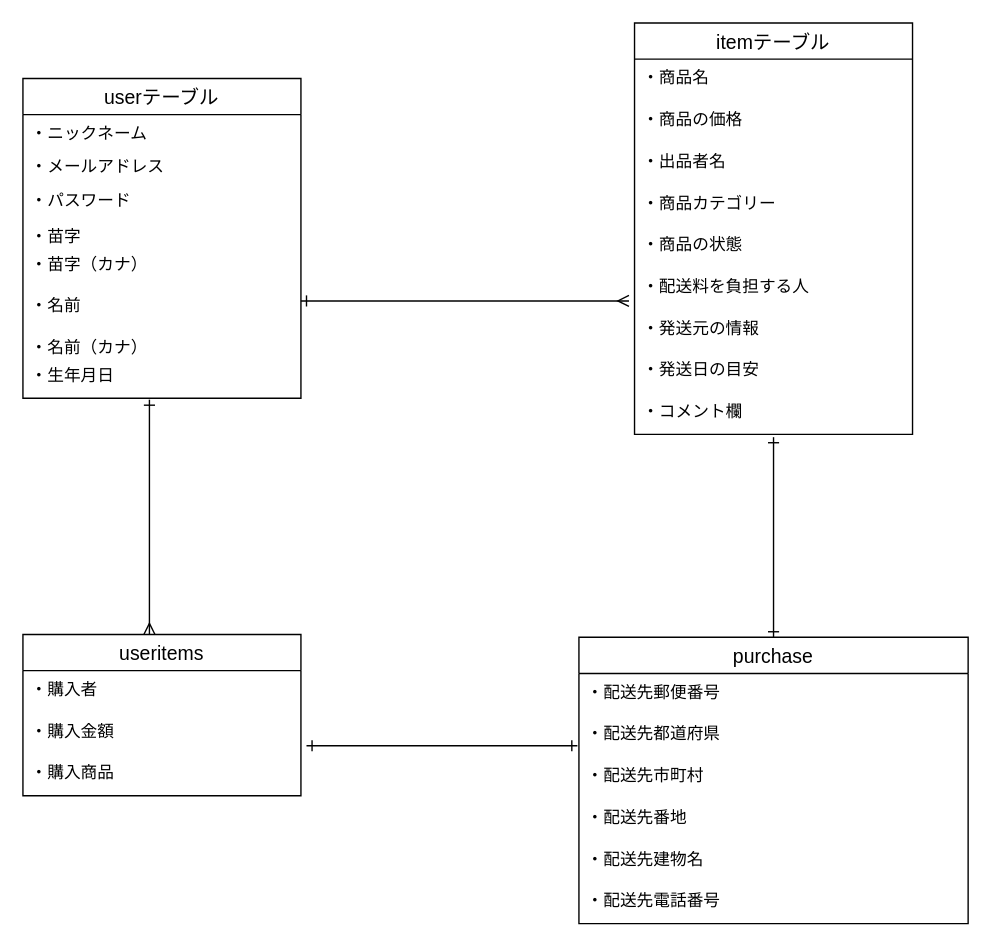
riyo-y/furima-35256 keeps this draw.io diagram as furima35256.dio. Above is the earlier version. Source tidied: cells renumbered, new cells numbered last; positions are measured from the earlier drawing's top-left corner, leaving out a move shared by most shapes. Both pictures are drawn from the tidied source at 139%, with x=0, y=0 at pixel (22, 22).
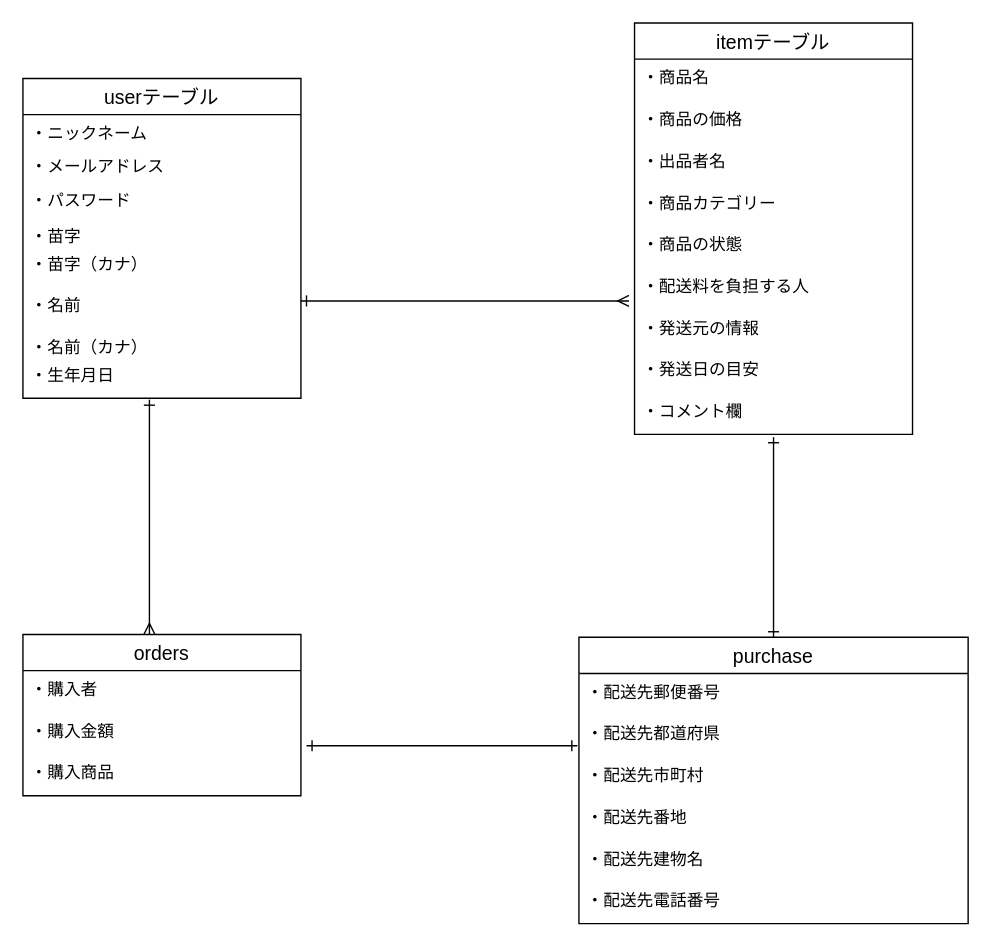
After the change.

Diff of the diagram source:
```diff
@@
-    <mxCell id="28" value="useritems" style="swimlane;fontStyle=0;horizontal=1;startSize=26;align=center;fontSize=14;" parent="1" vertex="1">
+    <mxCell id="28" value="orders" style="swimlane;fontStyle=0;horizontal=1;startSize=26;align=center;fontSize=14;" parent="1" vertex="1">
       <mxGeometry y="440" width="200" height="116" as="geometry" />
     </mxCell>
```
